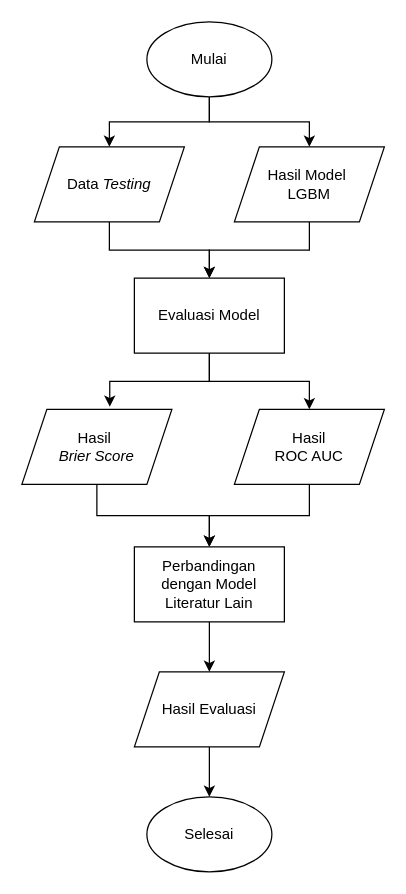
fadhilra101/skripsi keeps this draw.io diagram as diagrams/flowchart evaluation.drawio. Above is the earlier version. Source tidied: cells renumbered, new cells numbered last; positions are measured from the earlier drawing's top-left corner, leaving out a move shared by most shapes. Both pictures are drawn from the tidied source at 125%, with x=0, y=0 at pixel (21, 21).
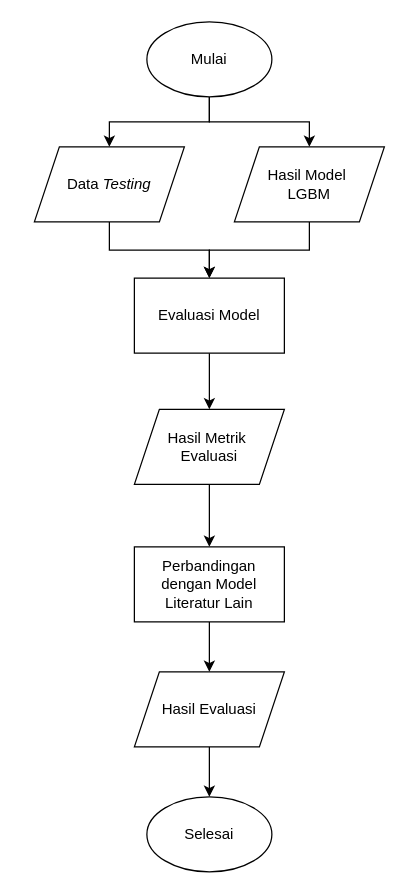
The same diagram, later.

Unchanged cells that the change refers to:
```xml
<mxCell id="8" value="Evaluasi Model" style="rounded=0;whiteSpace=wrap;html=1;" parent="1" vertex="1">
  <mxGeometry x="90" y="205" width="120" height="60" as="geometry" />
</mxCell>
<mxCell id="18" value="Perbandingan dengan Model Literatur Lain" style="rounded=0;whiteSpace=wrap;html=1;" parent="1" vertex="1">
  <mxGeometry x="90" y="420" width="120" height="60" as="geometry" />
</mxCell>
```

Diff of the diagram source:
```diff
@@
-    <mxCell id="7" style="edgeStyle=orthogonalEdgeStyle;rounded=0;jettySize=auto;html=1;" parent="1" edge="1" source="8" target="15">
-      <mxGeometry relative="1" as="geometry" />
-    </mxCell>
+    <mxCell id="16" style="edgeStyle=orthogonalEdgeStyle;rounded=0;jettySize=auto;html=1;" parent="1" edge="1" source="8" target="13">
+      <mxGeometry relative="1" as="geometry" />
+    </mxCell>
@@
-    <mxCell id="13" value="Hasil&amp;nbsp;&lt;div&gt;&lt;i&gt;Brier Score&lt;/i&gt;&lt;/div&gt;" style="shape=parallelogram;perimeter=parallelogramPerimeter;whiteSpace=wrap;html=1;fixedSize=1;" parent="1" vertex="1">
-      <mxGeometry y="310" width="120" height="60" as="geometry" />
+    <mxCell id="13" value="Hasil Metrik&amp;nbsp;&lt;div&gt;Evaluasi&lt;/div&gt;" style="shape=parallelogram;perimeter=parallelogramPerimeter;whiteSpace=wrap;html=1;fixedSize=1;" parent="1" vertex="1">
+      <mxGeometry x="90" y="310" width="120" height="60" as="geometry" />
     </mxCell>
-    <mxCell id="14" style="edgeStyle=orthogonalEdgeStyle;rounded=0;jettySize=auto;html=1;" parent="1" edge="1" source="15" target="18">
-      <mxGeometry relative="1" as="geometry" />
-    </mxCell>
-    <mxCell id="15" value="Hasil&lt;div&gt;ROC AUC&lt;/div&gt;" style="shape=parallelogram;perimeter=parallelogramPerimeter;whiteSpace=wrap;html=1;fixedSize=1;" parent="1" vertex="1">
-      <mxGeometry x="170" y="310" width="120" height="60" as="geometry" />
-    </mxCell>
-    <mxCell id="16" style="edgeStyle=orthogonalEdgeStyle;rounded=0;jettySize=auto;html=1;entryX=0.586;entryY=-0.036;entryDx=0;entryDy=0;entryPerimeter=0;" parent="1" edge="1" source="8" target="13">
-      <mxGeometry relative="1" as="geometry" />
-    </mxCell>
```
